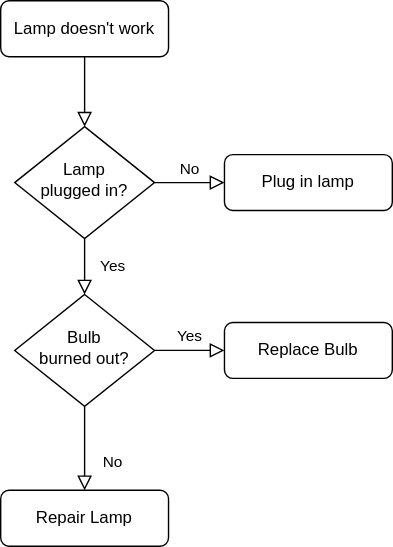
This is diagrams/calShapeArea.drawio.svg from cugwanghp/imagehost, a draw.io export, as it was before one commit. Source tidied: cells renumbered, new cells last; positions are measured from the earlier drawing's top-left corner, leaving out a move shared by most shapes. Source of this version:
```xml
<mxGraphModel>
  <root>
    <mxCell id="0" />
    <mxCell id="1" parent="0" />
    <mxCell id="2" style="rounded=0;html=1;jettySize=auto;fontSize=11;endArrow=block;endFill=0;endSize=8;strokeWidth=1;shadow=0;labelBackgroundColor=none;edgeStyle=orthogonalEdgeStyle;" parent="1" edge="1" source="3" target="6">
      <mxGeometry relative="1" as="geometry" />
    </mxCell>
    <mxCell id="3" value="Lamp doesn't work" style="rounded=1;whiteSpace=wrap;html=1;fontSize=12;glass=0;strokeWidth=1;shadow=0;" parent="1" vertex="1">
      <mxGeometry width="120" height="40" as="geometry" />
    </mxCell>
    <mxCell id="4" value="Yes" style="rounded=0;html=1;jettySize=auto;fontSize=11;endArrow=block;endFill=0;endSize=8;strokeWidth=1;shadow=0;labelBackgroundColor=none;edgeStyle=orthogonalEdgeStyle;" parent="1" edge="1" source="6" target="10">
      <mxGeometry y="20" relative="1" as="geometry" />
    </mxCell>
    <mxCell id="5" value="No" style="edgeStyle=orthogonalEdgeStyle;rounded=0;html=1;jettySize=auto;fontSize=11;endArrow=block;endFill=0;endSize=8;strokeWidth=1;shadow=0;labelBackgroundColor=none;" parent="1" edge="1" source="6" target="7">
      <mxGeometry y="10" relative="1" as="geometry" />
    </mxCell>
    <mxCell id="6" value="Lamp&lt;br&gt;plugged in?" style="rhombus;whiteSpace=wrap;html=1;shadow=0;fontFamily=Helvetica;fontSize=12;align=center;strokeWidth=1;spacing=6;spacingTop=-4;" parent="1" vertex="1">
      <mxGeometry x="10" y="90" width="100" height="80" as="geometry" />
    </mxCell>
    <mxCell id="7" value="Plug in lamp" style="rounded=1;whiteSpace=wrap;html=1;fontSize=12;glass=0;strokeWidth=1;shadow=0;" parent="1" vertex="1">
      <mxGeometry x="160" y="110" width="120" height="40" as="geometry" />
    </mxCell>
    <mxCell id="8" value="No" style="rounded=0;html=1;jettySize=auto;fontSize=11;endArrow=block;endFill=0;endSize=8;strokeWidth=1;shadow=0;labelBackgroundColor=none;edgeStyle=orthogonalEdgeStyle;" parent="1" edge="1" source="10" target="11">
      <mxGeometry x="0.33" y="20" relative="1" as="geometry" />
    </mxCell>
    <mxCell id="9" value="Yes" style="edgeStyle=orthogonalEdgeStyle;rounded=0;html=1;jettySize=auto;fontSize=11;endArrow=block;endFill=0;endSize=8;strokeWidth=1;shadow=0;labelBackgroundColor=none;" parent="1" edge="1" source="10" target="12">
      <mxGeometry y="10" relative="1" as="geometry" />
    </mxCell>
    <mxCell id="10" value="Bulb&lt;br&gt;burned out?" style="rhombus;whiteSpace=wrap;html=1;shadow=0;fontFamily=Helvetica;fontSize=12;align=center;strokeWidth=1;spacing=6;spacingTop=-4;" parent="1" vertex="1">
      <mxGeometry x="10" y="210" width="100" height="80" as="geometry" />
    </mxCell>
    <mxCell id="11" value="Repair Lamp" style="rounded=1;whiteSpace=wrap;html=1;fontSize=12;glass=0;strokeWidth=1;shadow=0;" parent="1" vertex="1">
      <mxGeometry y="350" width="120" height="40" as="geometry" />
    </mxCell>
    <mxCell id="12" value="Replace Bulb" style="rounded=1;whiteSpace=wrap;html=1;fontSize=12;glass=0;strokeWidth=1;shadow=0;" parent="1" vertex="1">
      <mxGeometry x="160" y="230" width="120" height="40" as="geometry" />
    </mxCell>
  </root>
</mxGraphModel>
```
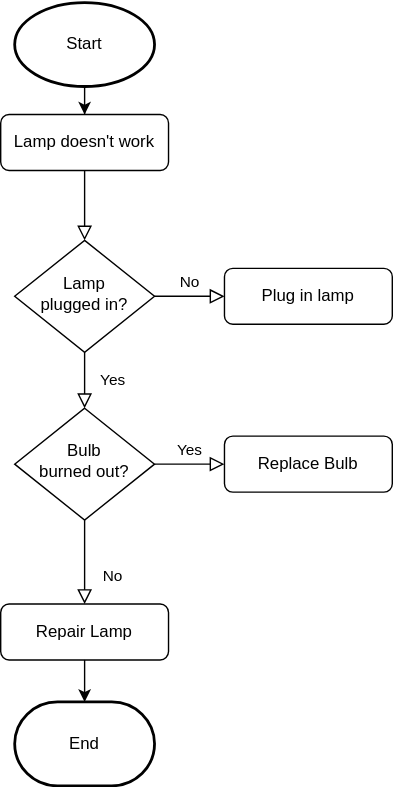
The same file after the commit.

The edit, as a diff of the source:
```diff
@@ -35,5 +35,17 @@
     <mxCell id="12" value="Replace Bulb" style="rounded=1;whiteSpace=wrap;html=1;fontSize=12;glass=0;strokeWidth=1;shadow=0;" parent="1" vertex="1">
       <mxGeometry x="160" y="230" width="120" height="40" as="geometry" />
     </mxCell>
+    <mxCell id="13" style="edgeStyle=orthogonalEdgeStyle;rounded=0;jettySize=auto;html=1;exitX=0.5;exitY=1;exitDx=0;exitDy=0;exitPerimeter=0;" parent="1" edge="1" source="14" target="3">
+      <mxGeometry relative="1" as="geometry" />
+    </mxCell>
+    <mxCell id="14" value="Start" style="strokeWidth=2;html=1;shape=mxgraph.flowchart.start_1;whiteSpace=wrap;" parent="1" vertex="1">
+      <mxGeometry x="10" y="-80" width="100" height="60" as="geometry" />
+    </mxCell>
+    <mxCell id="15" value="End" style="strokeWidth=2;html=1;shape=mxgraph.flowchart.terminator;whiteSpace=wrap;" parent="1" vertex="1">
+      <mxGeometry x="10" y="420" width="100" height="60" as="geometry" />
+    </mxCell>
+    <mxCell id="16" style="edgeStyle=orthogonalEdgeStyle;rounded=0;jettySize=auto;html=1;exitX=0.5;exitY=1;exitDx=0;exitDy=0;entryX=0.5;entryY=0;entryDx=0;entryDy=0;entryPerimeter=0;" parent="1" edge="1" source="11" target="15">
+      <mxGeometry relative="1" as="geometry" />
+    </mxCell>
   </root>
 </mxGraphModel>
```
